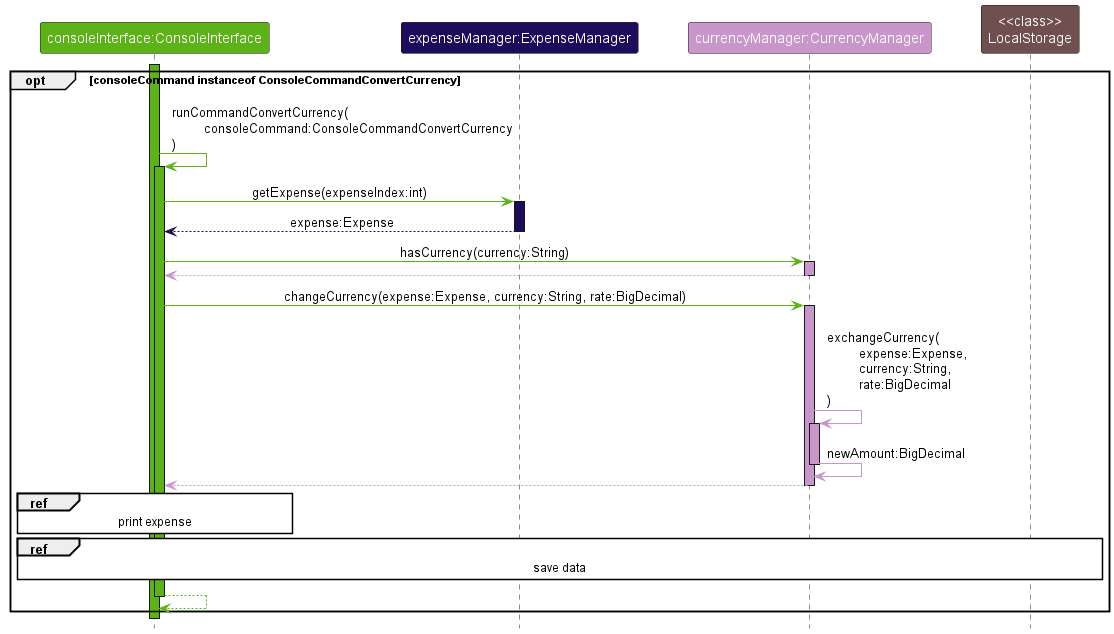
Above: docs/images/ImplementationConvertCurrency.png in nus-cs2113-AY2223S1/tp (PlantUML), before the change.
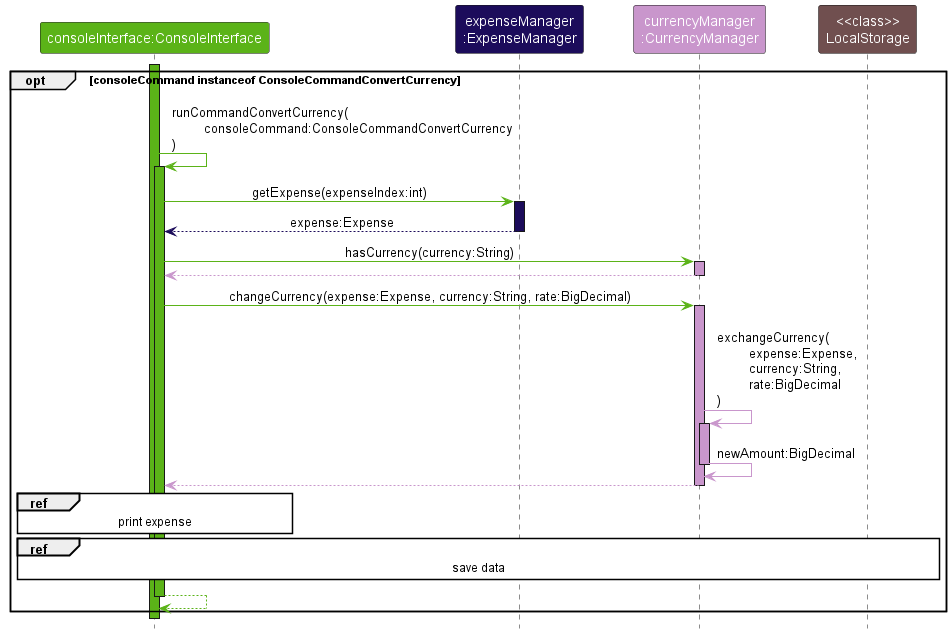
Later version of the same file.

What changed in the source:
```diff
@@ -4,8 +4,8 @@
 skinparam sequenceReferenceBackgroundColor #ffffff
 
 Participant "consoleInterface:ConsoleInterface" as consoleInterface USER_INTERFACE_COLOR_1
-Participant "expenseManager:ExpenseManager" as expenseManager DATA_COLOR_1
-Participant "currencyManager:CurrencyManager" as currencyManager DATA_COLOR_6
+Participant "expenseManager\n:ExpenseManager" as expenseManager DATA_COLOR_1
+Participant "currencyManager\n:CurrencyManager" as currencyManager DATA_COLOR_6
 Participant "<<class>>\nLocalStorage" as LocalStorage STORAGE_COLOR_1
 
 
```
